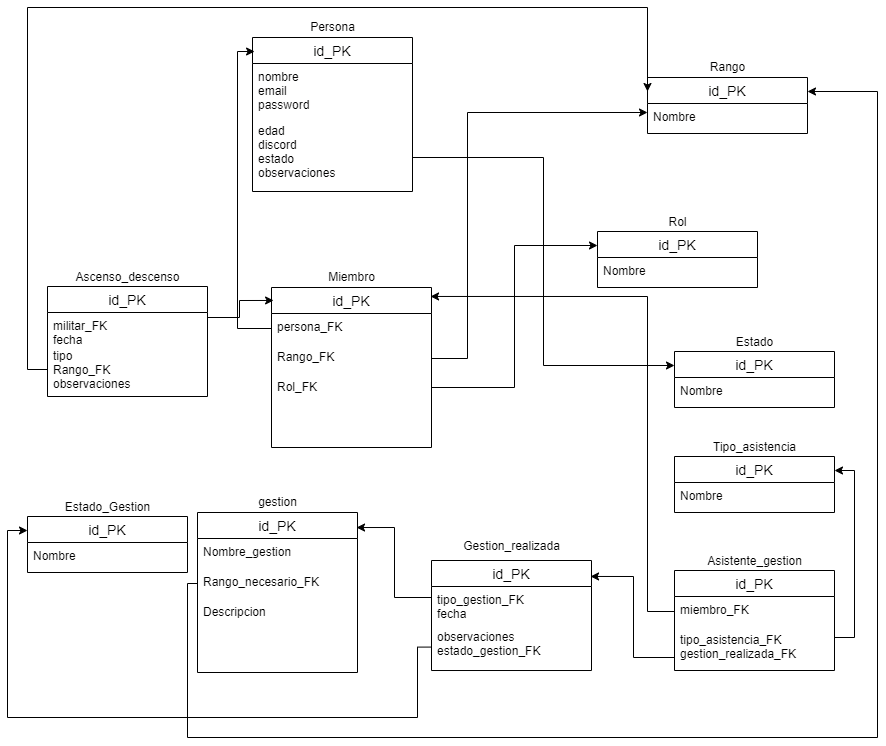
Above: src/assets/diagrams/BD SAFA System.drawio.png in manny1909/sistema-gestion-SAFA (draw.io), before the change. Source tidied: cells renumbered, new cells last; positions are measured from the earlier drawing's top-left corner, leaving out a move shared by most shapes. Source of this version:
```xml
<mxGraphModel>
  <root>
    <mxCell id="0" />
    <mxCell id="1" parent="0" />
    <mxCell id="2" style="group;" parent="1" vertex="1">
      <mxGeometry x="245" y="10" width="160" height="174" as="geometry" />
    </mxCell>
    <mxCell id="3" value="id_PK" style="swimlane;fontStyle=0;horizontal=1;startSize=26;align=center;fontSize=14;" parent="2" vertex="1">
      <mxGeometry y="20" width="160" height="154" as="geometry" />
    </mxCell>
    <mxCell id="4" value="nombre&#10;email&#10;password" style="text;strokeColor=none;fillColor=none;spacingLeft=4;spacingRight=4;overflow=hidden;fontSize=12;" parent="3" vertex="1">
      <mxGeometry y="26" width="160" height="54" as="geometry" />
    </mxCell>
    <mxCell id="5" value="edad&#10;discord&#10;estado&#10;observaciones" style="text;strokeColor=none;fillColor=none;spacingLeft=4;spacingRight=4;overflow=hidden;points=[[0,0.5],[1,0.5]];portConstraint=eastwest;fontSize=12;" parent="3" vertex="1">
      <mxGeometry y="80" width="160" height="74" as="geometry" />
    </mxCell>
    <mxCell id="6" value="Persona" style="text;html=1;align=center;verticalAlign=middle;strokeColor=none;fillColor=none;" parent="2" vertex="1">
      <mxGeometry x="50" width="60" height="20" as="geometry" />
    </mxCell>
    <mxCell id="7" style="group;" parent="1" vertex="1">
      <mxGeometry x="264" y="260" width="160" height="180" as="geometry" />
    </mxCell>
    <mxCell id="8" value="id_PK" style="swimlane;fontStyle=0;horizontal=1;startSize=26;align=center;fontSize=14;" parent="7" vertex="1">
      <mxGeometry y="20" width="160" height="160" as="geometry" />
    </mxCell>
    <mxCell id="9" value="persona_FK" style="text;strokeColor=none;fillColor=none;spacingLeft=4;spacingRight=4;overflow=hidden;points=[[0,0.5],[1,0.5]];portConstraint=eastwest;fontSize=12;" parent="8" vertex="1">
      <mxGeometry y="26" width="160" height="30" as="geometry" />
    </mxCell>
    <mxCell id="10" value="Rango_FK" style="text;strokeColor=none;fillColor=none;spacingLeft=4;spacingRight=4;overflow=hidden;points=[[0,0.5],[1,0.5]];portConstraint=eastwest;fontSize=12;" parent="8" vertex="1">
      <mxGeometry y="56" width="160" height="30" as="geometry" />
    </mxCell>
    <mxCell id="11" value="Rol_FK" style="text;strokeColor=none;fillColor=none;spacingLeft=4;spacingRight=4;overflow=hidden;points=[[0,0.5],[1,0.5]];portConstraint=eastwest;fontSize=12;" parent="8" vertex="1">
      <mxGeometry y="86" width="160" height="74" as="geometry" />
    </mxCell>
    <mxCell id="12" value="Miembro" style="text;html=1;align=center;verticalAlign=middle;strokeColor=none;fillColor=none;" parent="7" vertex="1">
      <mxGeometry x="50" width="60" height="20" as="geometry" />
    </mxCell>
    <mxCell id="13" style="group;" parent="1" vertex="1">
      <mxGeometry x="190" y="485" width="160" height="180" as="geometry" />
    </mxCell>
    <mxCell id="14" value="id_PK" style="swimlane;fontStyle=0;horizontal=1;startSize=26;align=center;fontSize=14;" parent="13" vertex="1">
      <mxGeometry y="20" width="160" height="160" as="geometry" />
    </mxCell>
    <mxCell id="15" value="Nombre_gestion&#10;" style="text;strokeColor=none;fillColor=none;spacingLeft=4;spacingRight=4;overflow=hidden;fontSize=12;" parent="14" vertex="1">
      <mxGeometry y="26" width="160" height="30" as="geometry" />
    </mxCell>
    <mxCell id="16" value="Rango_necesario_FK" style="text;strokeColor=none;fillColor=none;spacingLeft=4;spacingRight=4;overflow=hidden;points=[[0,0.5],[1,0.5]];portConstraint=eastwest;fontSize=12;" parent="14" vertex="1">
      <mxGeometry y="56" width="160" height="30" as="geometry" />
    </mxCell>
    <mxCell id="17" value="Descripcion&#10;&#10;" style="text;strokeColor=none;fillColor=none;spacingLeft=4;spacingRight=4;overflow=hidden;fontSize=12;" parent="14" vertex="1">
      <mxGeometry y="86" width="160" height="74" as="geometry" />
    </mxCell>
    <mxCell id="18" value="gestion" style="text;html=1;align=center;verticalAlign=middle;strokeColor=none;fillColor=none;" parent="13" vertex="1">
      <mxGeometry x="55" width="50" height="20" as="geometry" />
    </mxCell>
    <mxCell id="19" style="group;" parent="1" vertex="1">
      <mxGeometry x="590" y="205" width="160" height="75" as="geometry" />
    </mxCell>
    <mxCell id="20" value="id_PK" style="swimlane;fontStyle=0;horizontal=1;startSize=26;align=center;fontSize=14;" parent="19" vertex="1">
      <mxGeometry y="19" width="160" height="56" as="geometry" />
    </mxCell>
    <mxCell id="21" value="Nombre&#10;" style="text;strokeColor=none;fillColor=none;spacingLeft=4;spacingRight=4;overflow=hidden;fontSize=12;" parent="20" vertex="1">
      <mxGeometry y="26" width="160" height="30" as="geometry" />
    </mxCell>
    <mxCell id="22" value="Rol" style="text;html=1;align=center;verticalAlign=middle;strokeColor=none;fillColor=none;" parent="19" vertex="1">
      <mxGeometry x="65" width="30" height="20" as="geometry" />
    </mxCell>
    <mxCell id="23" style="group;" parent="1" vertex="1">
      <mxGeometry x="640" y="50" width="160" height="76" as="geometry" />
    </mxCell>
    <mxCell id="24" value="id_PK" style="swimlane;fontStyle=0;horizontal=1;startSize=26;align=center;fontSize=14;" parent="23" vertex="1">
      <mxGeometry y="20" width="160" height="56" as="geometry" />
    </mxCell>
    <mxCell id="25" value="Nombre&#10;" style="text;strokeColor=none;fillColor=none;spacingLeft=4;spacingRight=4;overflow=hidden;points=[[0,0.5],[1,0.5]];portConstraint=eastwest;fontSize=12;" parent="24" vertex="1">
      <mxGeometry y="26" width="160" height="30" as="geometry" />
    </mxCell>
    <mxCell id="26" value="Rango" style="text;html=1;align=center;verticalAlign=middle;strokeColor=none;fillColor=none;" parent="23" vertex="1">
      <mxGeometry x="55" width="50" height="20" as="geometry" />
    </mxCell>
    <mxCell id="27" style="group;" parent="1" vertex="1">
      <mxGeometry x="667" y="325" width="160" height="75" as="geometry" />
    </mxCell>
    <mxCell id="28" value="id_PK" style="swimlane;fontStyle=0;horizontal=1;startSize=26;align=center;fontSize=14;" parent="27" vertex="1">
      <mxGeometry y="19" width="160" height="56" as="geometry" />
    </mxCell>
    <mxCell id="29" value="Nombre&#10;" style="text;strokeColor=none;fillColor=none;spacingLeft=4;spacingRight=4;overflow=hidden;fontSize=12;" parent="28" vertex="1">
      <mxGeometry y="26" width="160" height="30" as="geometry" />
    </mxCell>
    <mxCell id="30" value="Estado" style="text;html=1;align=center;verticalAlign=middle;strokeColor=none;fillColor=none;" parent="27" vertex="1">
      <mxGeometry x="55" width="50" height="20" as="geometry" />
    </mxCell>
    <mxCell id="31" style="group;" parent="1" vertex="1">
      <mxGeometry x="424" y="529.5" width="160" height="133.5" as="geometry" />
    </mxCell>
    <mxCell id="32" value="id_PK" style="swimlane;fontStyle=0;horizontal=1;startSize=26;align=center;fontSize=14;" parent="31" vertex="1">
      <mxGeometry y="23.5" width="160" height="110" as="geometry" />
    </mxCell>
    <mxCell id="33" value="tipo_gestion_FK&#10;fecha" style="text;strokeColor=none;fillColor=none;spacingLeft=4;spacingRight=4;overflow=hidden;points=[[0,0.5],[1,0.5]];portConstraint=eastwest;fontSize=12;" parent="32" vertex="1">
      <mxGeometry y="26" width="160" height="37.1" as="geometry" />
    </mxCell>
    <mxCell id="34" value="observaciones&#10;estado_gestion_FK" style="text;strokeColor=none;fillColor=none;spacingLeft=4;spacingRight=4;overflow=hidden;points=[[0,0.5],[1,0.5]];portConstraint=eastwest;fontSize=12;" parent="32" vertex="1">
      <mxGeometry y="63.1" width="160" height="46.9" as="geometry" />
    </mxCell>
    <mxCell id="35" value="Gestion_realizada" style="text;html=1;align=center;verticalAlign=middle;strokeColor=none;fillColor=none;" parent="31" vertex="1">
      <mxGeometry x="25" width="110" height="20" as="geometry" />
    </mxCell>
    <mxCell id="36" style="group;" parent="1" vertex="1">
      <mxGeometry x="667" y="544" width="160" height="119" as="geometry" />
    </mxCell>
    <mxCell id="37" value="id_PK" style="swimlane;fontStyle=0;horizontal=1;startSize=26;align=center;fontSize=14;" parent="36" vertex="1">
      <mxGeometry y="19" width="160" height="100" as="geometry" />
    </mxCell>
    <mxCell id="38" value="miembro_FK" style="text;strokeColor=none;fillColor=none;spacingLeft=4;spacingRight=4;overflow=hidden;points=[[0,0.5],[1,0.5]];portConstraint=eastwest;fontSize=12;" parent="37" vertex="1">
      <mxGeometry y="26" width="160" height="30" as="geometry" />
    </mxCell>
    <mxCell id="39" value="tipo_asistencia_FK&#10;gestion_realizada_FK" style="text;strokeColor=none;fillColor=none;spacingLeft=4;spacingRight=4;overflow=hidden;points=[[0,0.5],[1,0.5]];portConstraint=eastwest;fontSize=12;" parent="37" vertex="1">
      <mxGeometry y="56" width="160" height="44" as="geometry" />
    </mxCell>
    <mxCell id="40" value="Asistente_gestion" style="text;html=1;align=center;verticalAlign=middle;strokeColor=none;fillColor=none;" parent="36" vertex="1">
      <mxGeometry x="25" width="110" height="20" as="geometry" />
    </mxCell>
    <mxCell id="41" style="group;" parent="1" vertex="1">
      <mxGeometry x="667" y="430" width="160" height="75" as="geometry" />
    </mxCell>
    <mxCell id="42" value="id_PK" style="swimlane;fontStyle=0;horizontal=1;startSize=26;align=center;fontSize=14;" parent="41" vertex="1">
      <mxGeometry y="19" width="160" height="56" as="geometry" />
    </mxCell>
    <mxCell id="43" value="Nombre&#10;" style="text;strokeColor=none;fillColor=none;spacingLeft=4;spacingRight=4;overflow=hidden;fontSize=12;" parent="42" vertex="1">
      <mxGeometry y="26" width="160" height="30" as="geometry" />
    </mxCell>
    <mxCell id="44" value="Tipo_asistencia" style="text;html=1;align=center;verticalAlign=middle;strokeColor=none;fillColor=none;" parent="41" vertex="1">
      <mxGeometry x="30" width="100" height="20" as="geometry" />
    </mxCell>
    <mxCell id="45" style="group;" parent="1" vertex="1">
      <mxGeometry x="40" y="260" width="160" height="129" as="geometry" />
    </mxCell>
    <mxCell id="46" value="id_PK" style="swimlane;fontStyle=0;horizontal=1;startSize=26;align=center;fontSize=14;" parent="45" vertex="1">
      <mxGeometry y="19" width="160" height="110" as="geometry" />
    </mxCell>
    <mxCell id="47" value="militar_FK&#10;fecha" style="text;strokeColor=none;fillColor=none;spacingLeft=4;spacingRight=4;overflow=hidden;points=[[0,0.5],[1,0.5]];portConstraint=eastwest;fontSize=12;" parent="46" vertex="1">
      <mxGeometry y="26" width="160" height="30" as="geometry" />
    </mxCell>
    <mxCell id="48" value="tipo&#10;Rango_FK&#10;observaciones" style="text;strokeColor=none;fillColor=none;spacingLeft=4;spacingRight=4;overflow=hidden;points=[[0,0.5],[1,0.5]];portConstraint=eastwest;fontSize=12;" parent="46" vertex="1">
      <mxGeometry y="56" width="160" height="54" as="geometry" />
    </mxCell>
    <mxCell id="49" value="Ascenso_descenso" style="text;html=1;align=center;verticalAlign=middle;strokeColor=none;fillColor=none;" parent="45" vertex="1">
      <mxGeometry x="20" width="120" height="20" as="geometry" />
    </mxCell>
    <mxCell id="50" style="edgeStyle=orthogonalEdgeStyle;rounded=0;jettySize=auto;html=1;entryX=0.013;entryY=0.091;entryDx=0;entryDy=0;entryPerimeter=0;exitX=0;exitY=0.5;exitDx=0;exitDy=0;" parent="1" edge="1" source="9" target="3">
      <mxGeometry relative="1" as="geometry">
        <Array as="points">
          <mxPoint x="230" y="321" />
          <mxPoint x="230" y="44" />
        </Array>
      </mxGeometry>
    </mxCell>
    <mxCell id="51" style="edgeStyle=orthogonalEdgeStyle;rounded=0;jettySize=auto;html=1;entryX=0;entryY=0.3;entryDx=0;entryDy=0;entryPerimeter=0;" parent="1" edge="1" source="10" target="25">
      <mxGeometry relative="1" as="geometry">
        <Array as="points">
          <mxPoint x="460" y="351" />
          <mxPoint x="460" y="105" />
        </Array>
      </mxGeometry>
    </mxCell>
    <mxCell id="52" style="edgeStyle=orthogonalEdgeStyle;rounded=0;jettySize=auto;html=1;entryX=0;entryY=0.25;entryDx=0;entryDy=0;" parent="1" edge="1" source="11" target="20">
      <mxGeometry relative="1" as="geometry">
        <Array as="points">
          <mxPoint x="507" y="380" />
          <mxPoint x="507" y="238" />
        </Array>
      </mxGeometry>
    </mxCell>
    <mxCell id="53" style="edgeStyle=orthogonalEdgeStyle;rounded=0;jettySize=auto;html=1;entryX=0;entryY=0.25;entryDx=0;entryDy=0;" parent="1" edge="1" source="5" target="28">
      <mxGeometry relative="1" as="geometry">
        <Array as="points">
          <mxPoint x="536" y="150" />
          <mxPoint x="536" y="358" />
        </Array>
      </mxGeometry>
    </mxCell>
    <mxCell id="54" style="edgeStyle=orthogonalEdgeStyle;rounded=0;jettySize=auto;html=1;entryX=0.994;entryY=0.145;entryDx=0;entryDy=0;entryPerimeter=0;" parent="1" edge="1" source="39" target="32">
      <mxGeometry relative="1" as="geometry">
        <Array as="points">
          <mxPoint x="626" y="650" />
          <mxPoint x="626" y="569" />
        </Array>
      </mxGeometry>
    </mxCell>
    <mxCell id="55" style="edgeStyle=orthogonalEdgeStyle;rounded=0;jettySize=auto;html=1;entryX=0.994;entryY=0.094;entryDx=0;entryDy=0;entryPerimeter=0;" parent="1" edge="1" source="33" target="14">
      <mxGeometry relative="1" as="geometry">
        <Array as="points">
          <mxPoint x="387" y="590" />
          <mxPoint x="387" y="520" />
        </Array>
      </mxGeometry>
    </mxCell>
    <mxCell id="56" style="edgeStyle=orthogonalEdgeStyle;rounded=0;jettySize=auto;html=1;entryX=1;entryY=0.25;entryDx=0;entryDy=0;" parent="1" edge="1" source="39" target="42">
      <mxGeometry relative="1" as="geometry">
        <Array as="points">
          <mxPoint x="847" y="630" />
          <mxPoint x="847" y="463" />
        </Array>
      </mxGeometry>
    </mxCell>
    <mxCell id="57" style="edgeStyle=orthogonalEdgeStyle;rounded=0;jettySize=auto;html=1;entryX=0.994;entryY=0.056;entryDx=0;entryDy=0;entryPerimeter=0;" parent="1" edge="1" source="38" target="8">
      <mxGeometry relative="1" as="geometry">
        <Array as="points">
          <mxPoint x="640" y="604" />
          <mxPoint x="640" y="289" />
        </Array>
      </mxGeometry>
    </mxCell>
    <mxCell id="58" style="edgeStyle=orthogonalEdgeStyle;rounded=0;jettySize=auto;html=1;entryX=0.013;entryY=0.081;entryDx=0;entryDy=0;entryPerimeter=0;" parent="1" edge="1" source="47" target="8">
      <mxGeometry relative="1" as="geometry">
        <Array as="points">
          <mxPoint x="232" y="310" />
          <mxPoint x="232" y="293" />
        </Array>
      </mxGeometry>
    </mxCell>
    <mxCell id="59" style="edgeStyle=orthogonalEdgeStyle;rounded=0;jettySize=auto;html=1;entryX=0;entryY=0.25;entryDx=0;entryDy=0;" parent="1" edge="1" source="48" target="24">
      <mxGeometry relative="1" as="geometry">
        <Array as="points">
          <mxPoint x="20" y="362" />
          <mxPoint x="20" />
          <mxPoint x="640" />
        </Array>
      </mxGeometry>
    </mxCell>
    <mxCell id="60" style="edgeStyle=orthogonalEdgeStyle;rounded=0;jettySize=auto;html=1;entryX=1;entryY=0.25;entryDx=0;entryDy=0;" parent="1" edge="1" source="16" target="24">
      <mxGeometry relative="1" as="geometry">
        <Array as="points">
          <mxPoint x="180" y="576" />
          <mxPoint x="180" y="730" />
          <mxPoint x="870" y="730" />
          <mxPoint x="870" y="84" />
        </Array>
      </mxGeometry>
    </mxCell>
    <mxCell id="61" style="group;" parent="1" vertex="1">
      <mxGeometry x="20" y="490" width="160" height="75" as="geometry" />
    </mxCell>
    <mxCell id="62" value="id_PK" style="swimlane;fontStyle=0;horizontal=1;startSize=26;align=center;fontSize=14;" parent="61" vertex="1">
      <mxGeometry y="19" width="160" height="56" as="geometry" />
    </mxCell>
    <mxCell id="63" value="Nombre&#10;" style="text;strokeColor=none;fillColor=none;spacingLeft=4;spacingRight=4;overflow=hidden;fontSize=12;" parent="62" vertex="1">
      <mxGeometry y="26" width="160" height="30" as="geometry" />
    </mxCell>
    <mxCell id="64" value="Estado_Gestion" style="text;html=1;align=center;verticalAlign=middle;strokeColor=none;fillColor=none;" parent="61" vertex="1">
      <mxGeometry x="30" width="100" height="20" as="geometry" />
    </mxCell>
    <mxCell id="65" style="edgeStyle=orthogonalEdgeStyle;rounded=0;jettySize=auto;html=1;entryX=0;entryY=0.25;entryDx=0;entryDy=0;exitX=0;exitY=0.5;exitDx=0;exitDy=0;" parent="1" edge="1" source="34" target="62">
      <mxGeometry relative="1" as="geometry">
        <Array as="points">
          <mxPoint x="410" y="640" />
          <mxPoint x="410" y="710" />
          <mxPoint y="710" />
          <mxPoint y="523" />
        </Array>
      </mxGeometry>
    </mxCell>
  </root>
</mxGraphModel>
```
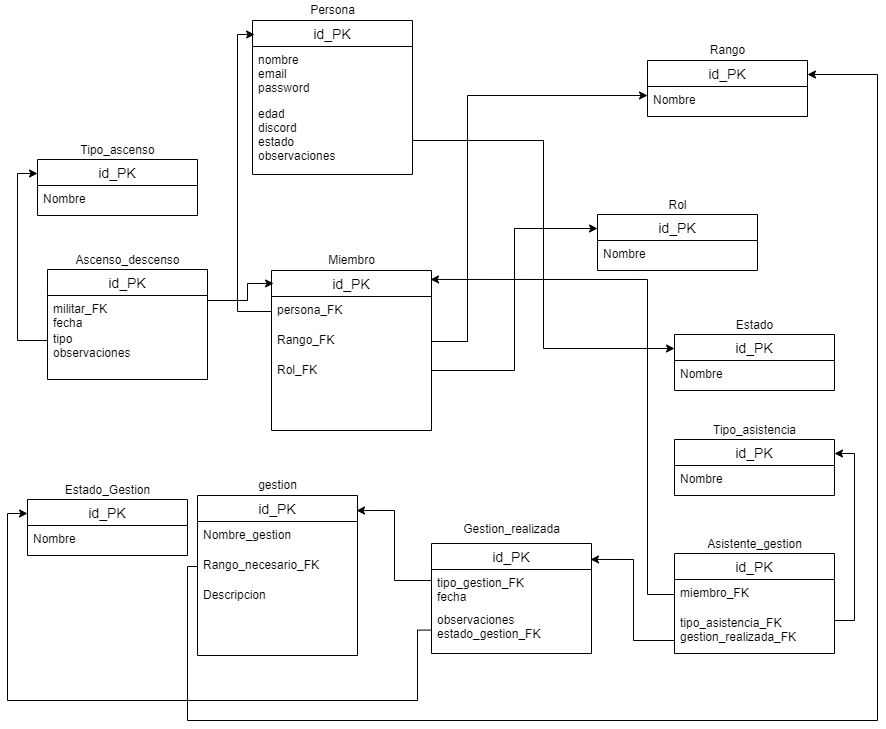
After the change.

Change to the diagram source:
```diff
@@ -140,7 +140,7 @@
     <mxCell id="47" value="militar_FK&#10;fecha" style="text;strokeColor=none;fillColor=none;spacingLeft=4;spacingRight=4;overflow=hidden;points=[[0,0.5],[1,0.5]];portConstraint=eastwest;fontSize=12;" parent="46" vertex="1">
       <mxGeometry y="26" width="160" height="30" as="geometry" />
     </mxCell>
-    <mxCell id="48" value="tipo&#10;Rango_FK&#10;observaciones" style="text;strokeColor=none;fillColor=none;spacingLeft=4;spacingRight=4;overflow=hidden;points=[[0,0.5],[1,0.5]];portConstraint=eastwest;fontSize=12;" parent="46" vertex="1">
+    <mxCell id="48" value="tipo&#10;observaciones" style="text;strokeColor=none;fillColor=none;spacingLeft=4;spacingRight=4;overflow=hidden;points=[[0,0.5],[1,0.5]];portConstraint=eastwest;fontSize=12;" parent="46" vertex="1">
       <mxGeometry y="56" width="160" height="54" as="geometry" />
     </mxCell>
     <mxCell id="49" value="Ascenso_descenso" style="text;html=1;align=center;verticalAlign=middle;strokeColor=none;fillColor=none;" parent="45" vertex="1">
@@ -213,20 +213,11 @@
     <mxCell id="58" style="edgeStyle=orthogonalEdgeStyle;rounded=0;jettySize=auto;html=1;entryX=0.013;entryY=0.081;entryDx=0;entryDy=0;entryPerimeter=0;" parent="1" edge="1" source="47" target="8">
       <mxGeometry relative="1" as="geometry">
         <Array as="points">
-          <mxPoint x="232" y="310" />
-          <mxPoint x="232" y="293" />
+          <mxPoint x="240" y="310" />
+          <mxPoint x="240" y="293" />
         </Array>
       </mxGeometry>
     </mxCell>
-    <mxCell id="59" style="edgeStyle=orthogonalEdgeStyle;rounded=0;jettySize=auto;html=1;entryX=0;entryY=0.25;entryDx=0;entryDy=0;" parent="1" edge="1" source="48" target="24">
-      <mxGeometry relative="1" as="geometry">
-        <Array as="points">
-          <mxPoint x="20" y="362" />
-          <mxPoint x="20" />
-          <mxPoint x="640" />
-        </Array>
-      </mxGeometry>
-    </mxCell>
     <mxCell id="60" style="edgeStyle=orthogonalEdgeStyle;rounded=0;jettySize=auto;html=1;entryX=1;entryY=0.25;entryDx=0;entryDy=0;" parent="1" edge="1" source="16" target="24">
       <mxGeometry relative="1" as="geometry">
         <Array as="points">
@@ -259,5 +250,25 @@
         </Array>
       </mxGeometry>
     </mxCell>
+    <mxCell id="66" style="group;" parent="1" vertex="1">
+      <mxGeometry x="30" y="150" width="160" height="75" as="geometry" />
+    </mxCell>
+    <mxCell id="67" value="id_PK" style="swimlane;fontStyle=0;horizontal=1;startSize=26;align=center;fontSize=14;" parent="66" vertex="1">
+      <mxGeometry y="19" width="160" height="56" as="geometry" />
+    </mxCell>
+    <mxCell id="68" value="Nombre&#10;" style="text;strokeColor=none;fillColor=none;spacingLeft=4;spacingRight=4;overflow=hidden;fontSize=12;" parent="67" vertex="1">
+      <mxGeometry y="26" width="160" height="30" as="geometry" />
+    </mxCell>
+    <mxCell id="69" value="Tipo_ascenso" style="text;html=1;align=center;verticalAlign=middle;strokeColor=none;fillColor=none;" parent="66" vertex="1">
+      <mxGeometry x="30" y="-5" width="100" height="30" as="geometry" />
+    </mxCell>
+    <mxCell id="70" style="edgeStyle=orthogonalEdgeStyle;rounded=0;jettySize=auto;html=1;entryX=0;entryY=0.25;entryDx=0;entryDy=0;" parent="1" edge="1" source="48" target="67">
+      <mxGeometry relative="1" as="geometry">
+        <Array as="points">
+          <mxPoint x="10" y="350" />
+          <mxPoint x="10" y="183" />
+        </Array>
+      </mxGeometry>
+    </mxCell>
   </root>
 </mxGraphModel>
```
